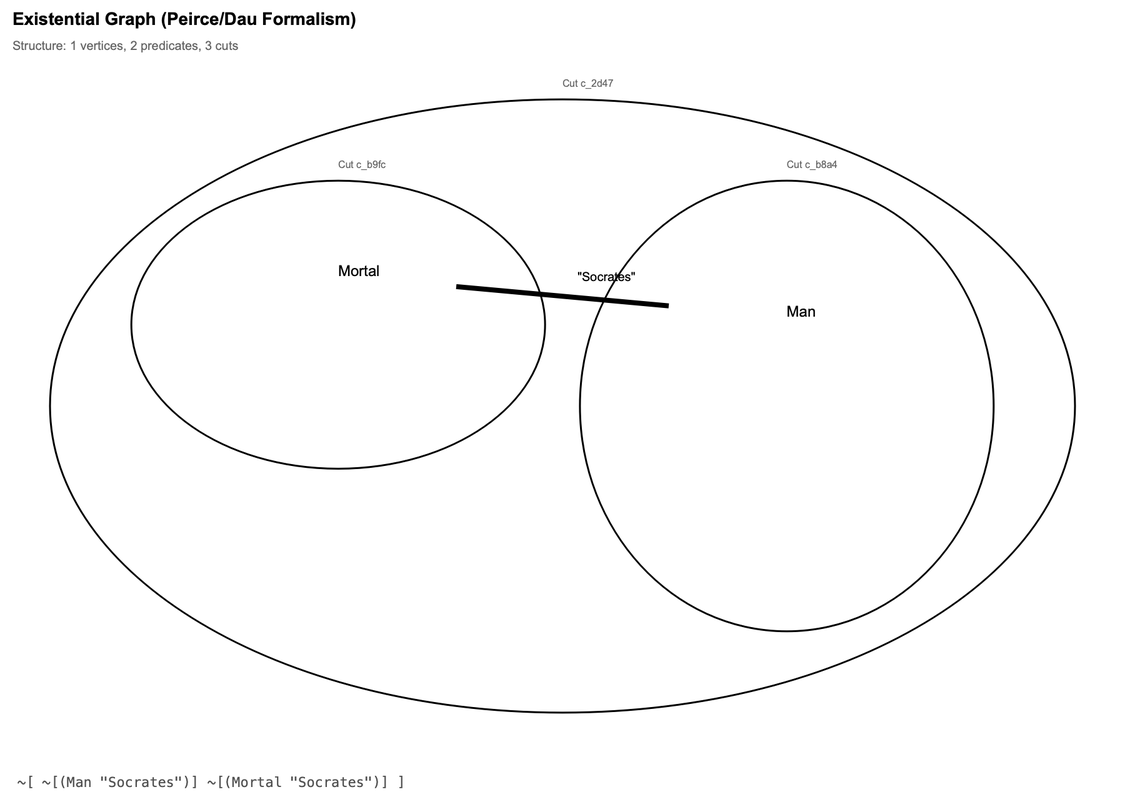
Before: reports/sanity_egif_dot/disjunction1.png, a diagram exported from Graphviz (mijahauan/Arisbe). Its source is kept beside it as reports/sanity_egif_dot/disjunction1.dot.
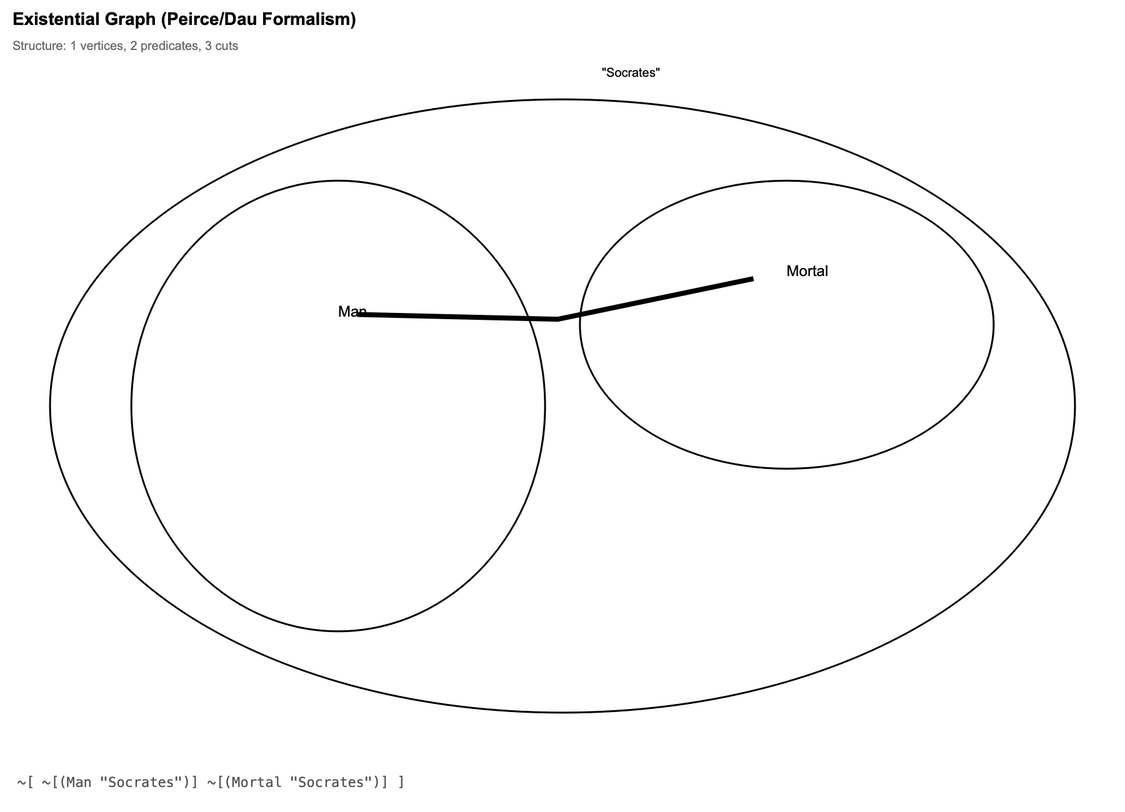
After the change.

Diff of the diagram source:
```diff
@@ -16,8 +16,8 @@
   node [shape=circle, style=filled, fillcolor=lightblue, fontsize=10];
   edge [fontsize=9, labeldistance=1.5, labelangle=0];
 
-  subgraph cluster_c_2d475c73 {
-    label="Cut c_2d475c";
+  subgraph cluster_c_22e34823 {
+    label="Cut c_22e348";
     style=rounded;
     color=black;
     penwidth=1.5;
@@ -26,8 +26,8 @@
     fontsize=8;
     clusterrank=local;  // Layout this cluster separately
 
-    subgraph cluster_c_b9fcc9c7 {
-      label="Cut c_b9fcc9";
+    subgraph cluster_c_99a40d95 {
+      label="Cut c_99a40d";
       style=rounded;
       color=black;
       penwidth=1.5;
@@ -36,11 +36,11 @@
       fontsize=8;
       clusterrank=local;  // Layout this cluster separately
 
-      e_55ab8abc [label="Mortal", shape=box, fillcolor=lightyellow, width=1.70, height=0.60, fixedsize=true];
+      e_ad5a925a [label="Mortal", shape=box, fillcolor=lightyellow, width=1.70, height=0.60, fixedsize=true];
     }
 
-    subgraph cluster_c_b8a41be2 {
-      label="Cut c_b8a41b";
+    subgraph cluster_c_043e9ffd {
+      label="Cut c_043e9f";
       style=rounded;
       color=black;
       penwidth=1.5;
@@ -49,13 +49,13 @@
       fontsize=8;
       clusterrank=local;  // Layout this cluster separately
 
-      v_d6fc2f3d [label="", width=0.84, height=0.65, fixedsize=true];
-      e_37947ebe [label="Man", shape=box, fillcolor=lightyellow, width=1.20, height=0.60, fixedsize=true];
+      v_862c35ff [label="", width=0.84, height=0.65, fixedsize=true];
+      e_b9040df9 [label="Man", shape=box, fillcolor=lightyellow, width=1.20, height=0.60, fixedsize=true];
     }
 
   }
 
-  v_d6fc2f3d -- e_37947ebe [style=bold, penwidth=2, lhead=cluster_c_b8a41be2, ltail=cluster_c_b8a41be2];
-  v_d6fc2f3d -- e_55ab8abc [style=bold, penwidth=2, lhead=cluster_c_b9fcc9c7, ltail=cluster_c_b8a41be2];
+  v_862c35ff -- e_b9040df9 [style=bold, penwidth=2, lhead=cluster_c_043e9ffd, ltail=cluster_c_043e9ffd];
+  v_862c35ff -- e_ad5a925a [style=bold, penwidth=2, lhead=cluster_c_99a40d95, ltail=cluster_c_043e9ffd];
 
 }
```
